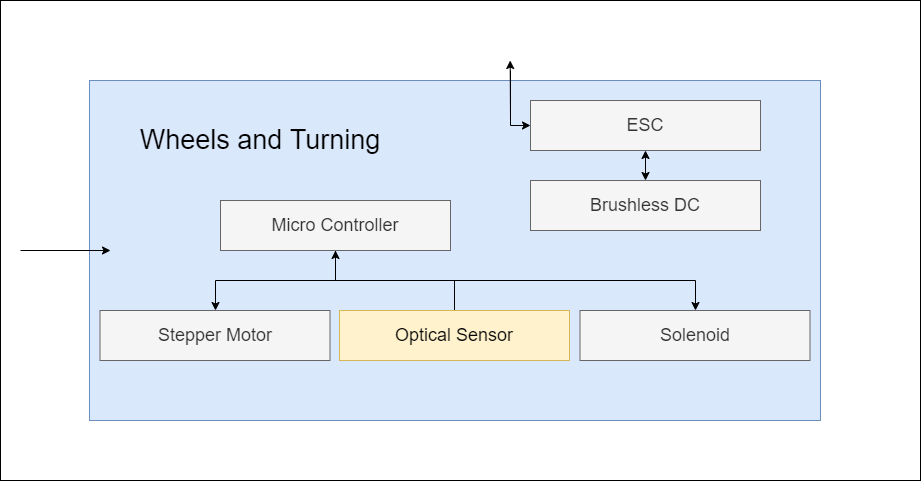
The draw.io diagram ADS Latex/images/Keaton/Stepper.png in TuringBoard/ADS, before a commit. Source tidied: cells renumbered, new cells last; positions are measured from the earlier drawing's top-left corner, leaving out a move shared by most shapes. The source it was exported from:
```xml
<mxGraphModel>
  <root>
    <mxCell id="0" />
    <mxCell id="1" parent="0" />
    <mxCell id="2" style="rounded=0;whiteSpace=wrap;html=1;fontSize=14;" parent="1" vertex="1">
      <mxGeometry width="920" height="480" as="geometry" />
    </mxCell>
    <mxCell id="3" style="rounded=0;whiteSpace=wrap;html=1;fillColor=#dae8fc;strokeColor=#6c8ebf;" parent="1" vertex="1">
      <mxGeometry x="89" y="80" width="731" height="340" as="geometry" />
    </mxCell>
    <mxCell id="4" value="Wheels and Turning" style="text;html=1;strokeColor=none;fillColor=none;align=center;verticalAlign=middle;whiteSpace=wrap;rounded=0;fontSize=27;" parent="1" vertex="1">
      <mxGeometry x="110" y="110" width="300" height="60" as="geometry" />
    </mxCell>
    <mxCell id="5" value="ESC" style="rounded=0;whiteSpace=wrap;html=1;fontSize=18;fillColor=#f5f5f5;strokeColor=#666666;fontColor=#333333;" parent="1" vertex="1">
      <mxGeometry x="530" y="100" width="230" height="50" as="geometry" />
    </mxCell>
    <mxCell id="6" style="edgeStyle=orthogonalEdgeStyle;rounded=0;jettySize=auto;html=1;" parent="1" edge="1" source="8" target="10">
      <mxGeometry relative="1" as="geometry">
        <Array as="points">
          <mxPoint x="335" y="280" />
          <mxPoint x="215" y="280" />
        </Array>
      </mxGeometry>
    </mxCell>
    <mxCell id="7" style="edgeStyle=orthogonalEdgeStyle;rounded=0;jettySize=auto;html=1;exitX=0.5;exitY=1;exitDx=0;exitDy=0;" parent="1" edge="1" source="8" target="16">
      <mxGeometry relative="1" as="geometry">
        <Array as="points">
          <mxPoint x="335" y="280" />
          <mxPoint x="695" y="280" />
        </Array>
      </mxGeometry>
    </mxCell>
    <mxCell id="8" value="Micro Controller" style="rounded=0;whiteSpace=wrap;html=1;fontSize=18;fillColor=#f5f5f5;strokeColor=#666666;fontColor=#333333;" parent="1" vertex="1">
      <mxGeometry x="220" y="200" width="230" height="50" as="geometry" />
    </mxCell>
    <mxCell id="9" value="&lt;div&gt;Brushless DC&lt;/div&gt;" style="rounded=0;whiteSpace=wrap;html=1;fontSize=18;fillColor=#f5f5f5;strokeColor=#666666;fontColor=#333333;" parent="1" vertex="1">
      <mxGeometry x="530" y="180" width="230" height="50" as="geometry" />
    </mxCell>
    <mxCell id="10" value="Stepper Motor" style="rounded=0;whiteSpace=wrap;html=1;fontSize=18;fillColor=#f5f5f5;strokeColor=#666666;fontColor=#333333;" parent="1" vertex="1">
      <mxGeometry x="99.5" y="310" width="230" height="50" as="geometry" />
    </mxCell>
    <mxCell id="11" style="edgeStyle=orthogonalEdgeStyle;rounded=0;jettySize=auto;html=1;entryX=0;entryY=0.5;entryDx=0;entryDy=0;" parent="1" edge="1" target="5">
      <mxGeometry relative="1" as="geometry">
        <mxPoint x="510" y="70" as="sourcePoint" />
        <Array as="points">
          <mxPoint x="510" y="125" />
        </Array>
      </mxGeometry>
    </mxCell>
    <mxCell id="12" style="edgeStyle=orthogonalEdgeStyle;rounded=0;orthogonalLoop=1;jettySize=auto;html=1;exitX=0.5;exitY=1;exitDx=0;exitDy=0;" parent="1" edge="1" source="2" target="2">
      <mxGeometry relative="1" as="geometry" />
    </mxCell>
    <mxCell id="13" style="endArrow=classic;startArrow=classic;html=1;rounded=0;exitX=0.5;exitY=1;exitDx=0;exitDy=0;" parent="1" edge="1" source="5" target="9">
      <mxGeometry relative="1" as="geometry" />
    </mxCell>
    <mxCell id="14" style="edgeStyle=orthogonalEdgeStyle;rounded=0;jettySize=auto;html=1;entryX=0.5;entryY=1;entryDx=0;entryDy=0;" parent="1" edge="1" source="15" target="8">
      <mxGeometry relative="1" as="geometry" />
    </mxCell>
    <mxCell id="15" value="Optical Sensor" style="rounded=0;whiteSpace=wrap;html=1;fontSize=18;fillColor=#fff2cc;strokeColor=#d6b656;" parent="1" vertex="1">
      <mxGeometry x="339" y="310" width="230" height="50" as="geometry" />
    </mxCell>
    <mxCell id="16" value="Solenoid" style="rounded=0;whiteSpace=wrap;html=1;fontSize=18;fillColor=#f5f5f5;fontColor=#333333;strokeColor=#666666;" parent="1" vertex="1">
      <mxGeometry x="579.5" y="310" width="230" height="50" as="geometry" />
    </mxCell>
    <mxCell id="17" style="endArrow=classic;html=1;rounded=0;entryX=0.554;entryY=0.125;entryDx=0;entryDy=0;entryPerimeter=0;" parent="1" edge="1" target="2">
      <mxGeometry relative="1" as="geometry">
        <mxPoint x="510" y="120" as="sourcePoint" />
      </mxGeometry>
    </mxCell>
    <mxCell id="18" style="endArrow=classic;html=1;rounded=0;" parent="1" edge="1">
      <mxGeometry relative="1" as="geometry">
        <mxPoint x="20" y="250" as="sourcePoint" />
        <mxPoint x="110" y="250" as="targetPoint" />
      </mxGeometry>
    </mxCell>
  </root>
</mxGraphModel>
```
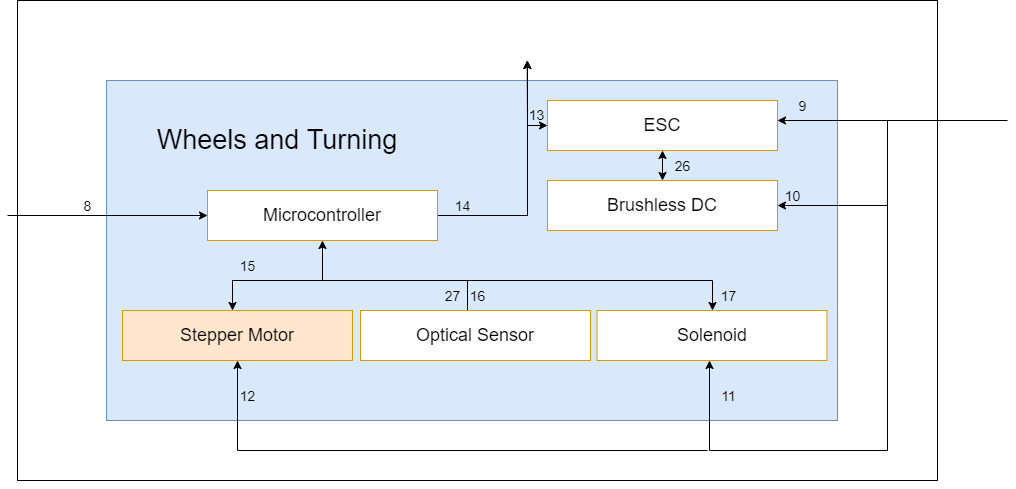
After the commit.

What changed in the source:
```diff
@@ -11,33 +11,32 @@
     <mxCell id="4" value="Wheels and Turning" style="text;html=1;strokeColor=none;fillColor=none;align=center;verticalAlign=middle;whiteSpace=wrap;rounded=0;fontSize=27;" parent="1" vertex="1">
       <mxGeometry x="110" y="110" width="300" height="60" as="geometry" />
     </mxCell>
-    <mxCell id="5" value="ESC" style="rounded=0;whiteSpace=wrap;html=1;fontSize=18;fillColor=#f5f5f5;strokeColor=#666666;fontColor=#333333;" parent="1" vertex="1">
+    <mxCell id="5" value="ESC" style="rounded=0;whiteSpace=wrap;html=1;fontSize=18;fillColor=#FFFFFF;strokeColor=#d79b00;" parent="1" vertex="1">
       <mxGeometry x="530" y="100" width="230" height="50" as="geometry" />
     </mxCell>
-    <mxCell id="6" style="edgeStyle=orthogonalEdgeStyle;rounded=0;jettySize=auto;html=1;" parent="1" edge="1" source="8" target="10">
+    <mxCell id="6" style="edgeStyle=orthogonalEdgeStyle;rounded=0;jettySize=auto;html=1;" parent="1" edge="1" target="10">
       <mxGeometry relative="1" as="geometry">
+        <mxPoint x="335" y="280" as="sourcePoint" />
         <Array as="points">
           <mxPoint x="335" y="280" />
           <mxPoint x="215" y="280" />
         </Array>
       </mxGeometry>
     </mxCell>
-    <mxCell id="7" style="edgeStyle=orthogonalEdgeStyle;rounded=0;jettySize=auto;html=1;exitX=0.5;exitY=1;exitDx=0;exitDy=0;" parent="1" edge="1" source="8" target="16">
+    <mxCell id="7" style="edgeStyle=orthogonalEdgeStyle;rounded=0;jettySize=auto;html=1;" parent="1" edge="1" target="16">
       <mxGeometry relative="1" as="geometry">
+        <mxPoint x="335" y="280" as="sourcePoint" />
         <Array as="points">
           <mxPoint x="335" y="280" />
           <mxPoint x="695" y="280" />
         </Array>
       </mxGeometry>
     </mxCell>
-    <mxCell id="8" value="Micro Controller" style="rounded=0;whiteSpace=wrap;html=1;fontSize=18;fillColor=#f5f5f5;strokeColor=#666666;fontColor=#333333;" parent="1" vertex="1">
-      <mxGeometry x="220" y="200" width="230" height="50" as="geometry" />
-    </mxCell>
-    <mxCell id="9" value="&lt;div&gt;Brushless DC&lt;/div&gt;" style="rounded=0;whiteSpace=wrap;html=1;fontSize=18;fillColor=#f5f5f5;strokeColor=#666666;fontColor=#333333;" parent="1" vertex="1">
+    <mxCell id="9" value="&lt;div&gt;Brushless DC&lt;/div&gt;" style="rounded=0;whiteSpace=wrap;html=1;fontSize=18;fillColor=#FFFFFF;strokeColor=#d79b00;" parent="1" vertex="1">
       <mxGeometry x="530" y="180" width="230" height="50" as="geometry" />
     </mxCell>
-    <mxCell id="10" value="Stepper Motor" style="rounded=0;whiteSpace=wrap;html=1;fontSize=18;fillColor=#f5f5f5;strokeColor=#666666;fontColor=#333333;" parent="1" vertex="1">
-      <mxGeometry x="99.5" y="310" width="230" height="50" as="geometry" />
+    <mxCell id="10" value="Stepper Motor" style="rounded=0;whiteSpace=wrap;html=1;fontSize=18;fillColor=#ffe6cc;strokeColor=#d79b00;" parent="1" vertex="1">
+      <mxGeometry x="105" y="310" width="230" height="50" as="geometry" />
     </mxCell>
     <mxCell id="11" style="edgeStyle=orthogonalEdgeStyle;rounded=0;jettySize=auto;html=1;entryX=0;entryY=0.5;entryDx=0;entryDy=0;" parent="1" edge="1" target="5">
       <mxGeometry relative="1" as="geometry">
@@ -53,13 +52,18 @@
     <mxCell id="13" style="endArrow=classic;startArrow=classic;html=1;rounded=0;exitX=0.5;exitY=1;exitDx=0;exitDy=0;" parent="1" edge="1" source="5" target="9">
       <mxGeometry relative="1" as="geometry" />
     </mxCell>
-    <mxCell id="14" style="edgeStyle=orthogonalEdgeStyle;rounded=0;jettySize=auto;html=1;entryX=0.5;entryY=1;entryDx=0;entryDy=0;" parent="1" edge="1" source="15" target="8">
-      <mxGeometry relative="1" as="geometry" />
+    <mxCell id="14" style="edgeStyle=orthogonalEdgeStyle;rounded=0;jettySize=auto;html=1;entryX=0.5;entryY=1;entryDx=0;entryDy=0;" parent="1" edge="1" source="15" target="23">
+      <mxGeometry relative="1" as="geometry">
+        <Array as="points">
+          <mxPoint x="450" y="280" />
+          <mxPoint x="305" y="280" />
+        </Array>
+      </mxGeometry>
     </mxCell>
-    <mxCell id="15" value="Optical Sensor" style="rounded=0;whiteSpace=wrap;html=1;fontSize=18;fillColor=#fff2cc;strokeColor=#d6b656;" parent="1" vertex="1">
-      <mxGeometry x="339" y="310" width="230" height="50" as="geometry" />
+    <mxCell id="15" value="Optical Sensor" style="rounded=0;whiteSpace=wrap;html=1;fontSize=18;fillColor=#FFFFFF;strokeColor=#d79b00;" parent="1" vertex="1">
+      <mxGeometry x="343" y="310" width="230" height="50" as="geometry" />
     </mxCell>
-    <mxCell id="16" value="Solenoid" style="rounded=0;whiteSpace=wrap;html=1;fontSize=18;fillColor=#f5f5f5;fontColor=#333333;strokeColor=#666666;" parent="1" vertex="1">
+    <mxCell id="16" value="Solenoid" style="rounded=0;whiteSpace=wrap;html=1;fontSize=18;fillColor=#FFFFFF;strokeColor=#d79b00;" parent="1" vertex="1">
       <mxGeometry x="579.5" y="310" width="230" height="50" as="geometry" />
     </mxCell>
     <mxCell id="17" style="endArrow=classic;html=1;rounded=0;entryX=0.554;entryY=0.125;entryDx=0;entryDy=0;entryPerimeter=0;" parent="1" edge="1" target="2">
@@ -67,11 +71,83 @@
         <mxPoint x="510" y="120" as="sourcePoint" />
       </mxGeometry>
     </mxCell>
-    <mxCell id="18" style="endArrow=classic;html=1;rounded=0;" parent="1" edge="1">
-      <mxGeometry relative="1" as="geometry">
-        <mxPoint x="20" y="250" as="sourcePoint" />
-        <mxPoint x="110" y="250" as="targetPoint" />
-      </mxGeometry>
-    </mxCell>
+    <mxCell id="19" style="endArrow=classic;html=1;rounded=0;" parent="1" edge="1">
+      <mxGeometry relative="1" as="geometry">
+        <mxPoint x="990" y="120" as="sourcePoint" />
+        <mxPoint x="760" y="120" as="targetPoint" />
+      </mxGeometry>
+    </mxCell>
+    <mxCell id="20" style="endArrow=classic;html=1;rounded=0;" parent="1" edge="1">
+      <mxGeometry relative="1" as="geometry">
+        <mxPoint x="870" y="120" as="sourcePoint" />
+        <mxPoint x="692" y="360" as="targetPoint" />
+        <Array as="points">
+          <mxPoint x="870" y="450" />
+          <mxPoint x="692" y="450" />
+        </Array>
+      </mxGeometry>
+    </mxCell>
+    <mxCell id="21" style="endArrow=classic;html=1;rounded=0;entryX=0.5;entryY=1;entryDx=0;entryDy=0;" parent="1" edge="1" target="10">
+      <mxGeometry relative="1" as="geometry">
+        <mxPoint x="690" y="450" as="sourcePoint" />
+        <Array as="points">
+          <mxPoint x="220" y="450" />
+        </Array>
+      </mxGeometry>
+    </mxCell>
+    <mxCell id="22" style="edgeStyle=orthogonalEdgeStyle;rounded=0;jettySize=auto;html=1;" parent="1" edge="1" source="23">
+      <mxGeometry relative="1" as="geometry">
+        <mxPoint x="510" y="60" as="targetPoint" />
+      </mxGeometry>
+    </mxCell>
+    <mxCell id="23" value="Microcontroller" style="rounded=0;whiteSpace=wrap;html=1;fontSize=18;fillColor=#FFFFFF;strokeColor=#d79b00;" parent="1" vertex="1">
+      <mxGeometry x="190" y="190" width="230" height="50" as="geometry" />
+    </mxCell>
+    <mxCell id="24" value="&lt;font style=&quot;font-size: 14px&quot;&gt;8&lt;/font&gt;" style="text;html=1;align=center;verticalAlign=middle;strokeColor=none;fillColor=none;fontSize=18;" parent="1" vertex="1">
+      <mxGeometry x="60" y="190" width="20" height="30" as="geometry" />
+    </mxCell>
+    <mxCell id="25" value="&lt;font style=&quot;font-size: 14px&quot;&gt;15&lt;br&gt;&lt;/font&gt;" style="text;html=1;align=center;verticalAlign=middle;strokeColor=none;fillColor=none;fontSize=18;" parent="1" vertex="1">
+      <mxGeometry x="215" y="250" width="30" height="30" as="geometry" />
+    </mxCell>
+    <mxCell id="26" value="&lt;font style=&quot;font-size: 14px&quot;&gt;16&lt;br&gt;&lt;/font&gt;" style="text;html=1;align=center;verticalAlign=middle;strokeColor=none;fillColor=none;fontSize=18;" parent="1" vertex="1">
+      <mxGeometry x="445" y="280" width="30" height="30" as="geometry" />
+    </mxCell>
+    <mxCell id="27" style="endArrow=classic;html=1;rounded=0;entryX=0;entryY=0.5;entryDx=0;entryDy=0;" parent="1" edge="1" target="23">
+      <mxGeometry relative="1" as="geometry">
+        <mxPoint x="-10" y="215" as="sourcePoint" />
+      </mxGeometry>
+    </mxCell>
+    <mxCell id="28" value="&lt;font style=&quot;font-size: 14px&quot;&gt;17&lt;br&gt;&lt;/font&gt;" style="text;html=1;align=center;verticalAlign=middle;strokeColor=none;fillColor=none;fontSize=18;" parent="1" vertex="1">
+      <mxGeometry x="696" y="280" width="30" height="30" as="geometry" />
+    </mxCell>
+    <mxCell id="29" value="&lt;font style=&quot;font-size: 14px&quot;&gt;14&lt;br&gt;&lt;/font&gt;" style="text;html=1;align=center;verticalAlign=middle;strokeColor=none;fillColor=none;fontSize=18;" parent="1" vertex="1">
+      <mxGeometry x="430" y="190" width="30" height="30" as="geometry" />
+    </mxCell>
+    <mxCell id="30" value="&lt;font style=&quot;font-size: 14px&quot;&gt;13&lt;br&gt;&lt;/font&gt;" style="text;html=1;align=center;verticalAlign=middle;strokeColor=none;fillColor=none;fontSize=18;" parent="1" vertex="1">
+      <mxGeometry x="504" y="99" width="30" height="30" as="geometry" />
+    </mxCell>
+    <mxCell id="31" value="&lt;font style=&quot;font-size: 14px&quot;&gt;12&lt;span style=&quot;color: rgba(0 , 0 , 0 , 0) ; font-family: monospace ; font-size: 0px&quot;&gt;%3CmxGraphModel%3E%3Croot%3E%3CmxCell%20id%3D%220%22%2F%3E%3CmxCell%20id%3D%221%22%20parent%3D%220%22%2F%3E%3CmxCell%20id%3D%222%22%20value%3D%22%26lt%3Bfont%20style%3D%26quot%3Bfont-size%3A%2014px%26quot%3B%26gt%3B15%26lt%3Bbr%26gt%3B%26lt%3B%2Ffont%26gt%3B%22%20style%3D%22text%3Bhtml%3D1%3Balign%3Dcenter%3BverticalAlign%3Dmiddle%3Bresizable%3D0%3Bpoints%3D%5B%5D%3Bautosize%3D1%3BstrokeColor%3Dnone%3BfillColor%3Dnone%3BfontSize%3D18%3B%22%20vertex%3D%221%22%20parent%3D%221%22%3E%3CmxGeometry%20x%3D%22-595%22%20y%3D%22280%22%20width%3D%2230%22%20height%3D%2230%22%20as%3D%22geometry%22%2F%3E%3C%2FmxCell%3E%3C%2Froot%3E%3C%2FmxGraphModel%3E&lt;/span&gt;&lt;br&gt;&lt;/font&gt;" style="text;html=1;align=center;verticalAlign=middle;strokeColor=none;fillColor=none;fontSize=18;" parent="1" vertex="1">
+      <mxGeometry x="215" y="380" width="30" height="30" as="geometry" />
+    </mxCell>
+    <mxCell id="32" value="&lt;font style=&quot;font-size: 14px&quot;&gt;11&lt;br&gt;&lt;/font&gt;" style="text;html=1;align=center;verticalAlign=middle;strokeColor=none;fillColor=none;fontSize=18;" parent="1" vertex="1">
+      <mxGeometry x="696" y="380" width="30" height="30" as="geometry" />
+    </mxCell>
+    <mxCell id="33" value="&lt;font style=&quot;font-size: 14px&quot;&gt;10&lt;br&gt;&lt;/font&gt;" style="text;html=1;align=center;verticalAlign=middle;strokeColor=none;fillColor=none;fontSize=18;" parent="1" vertex="1">
+      <mxGeometry x="760" y="180" width="30" height="30" as="geometry" />
+    </mxCell>
+    <mxCell id="34" style="endArrow=classic;html=1;rounded=0;" parent="1" edge="1" target="9">
+      <mxGeometry relative="1" as="geometry">
+        <mxPoint x="870" y="205" as="sourcePoint" />
+      </mxGeometry>
+    </mxCell>
+    <mxCell id="35" value="&lt;font style=&quot;font-size: 14px&quot;&gt;9&lt;br&gt;&lt;/font&gt;" style="text;html=1;align=center;verticalAlign=middle;strokeColor=none;fillColor=none;fontSize=18;" parent="1" vertex="1">
+      <mxGeometry x="775" y="90" width="20" height="30" as="geometry" />
+    </mxCell>
+    <mxCell id="36" value="&lt;font style=&quot;font-size: 14px&quot;&gt;26&lt;br&gt;&lt;/font&gt;" style="text;html=1;align=center;verticalAlign=middle;strokeColor=none;fillColor=none;fontSize=18;" parent="1" vertex="1">
+      <mxGeometry x="650" y="150" width="30" height="30" as="geometry" />
+    </mxCell>
+    <mxCell id="37" value="&lt;font style=&quot;font-size: 14px&quot;&gt;27&lt;br&gt;&lt;/font&gt;" style="text;html=1;align=center;verticalAlign=middle;strokeColor=none;fillColor=none;fontSize=18;" parent="1" vertex="1">
+      <mxGeometry x="420" y="280" width="30" height="30" as="geometry" />
+    </mxCell>
   </root>
 </mxGraphModel>
```
